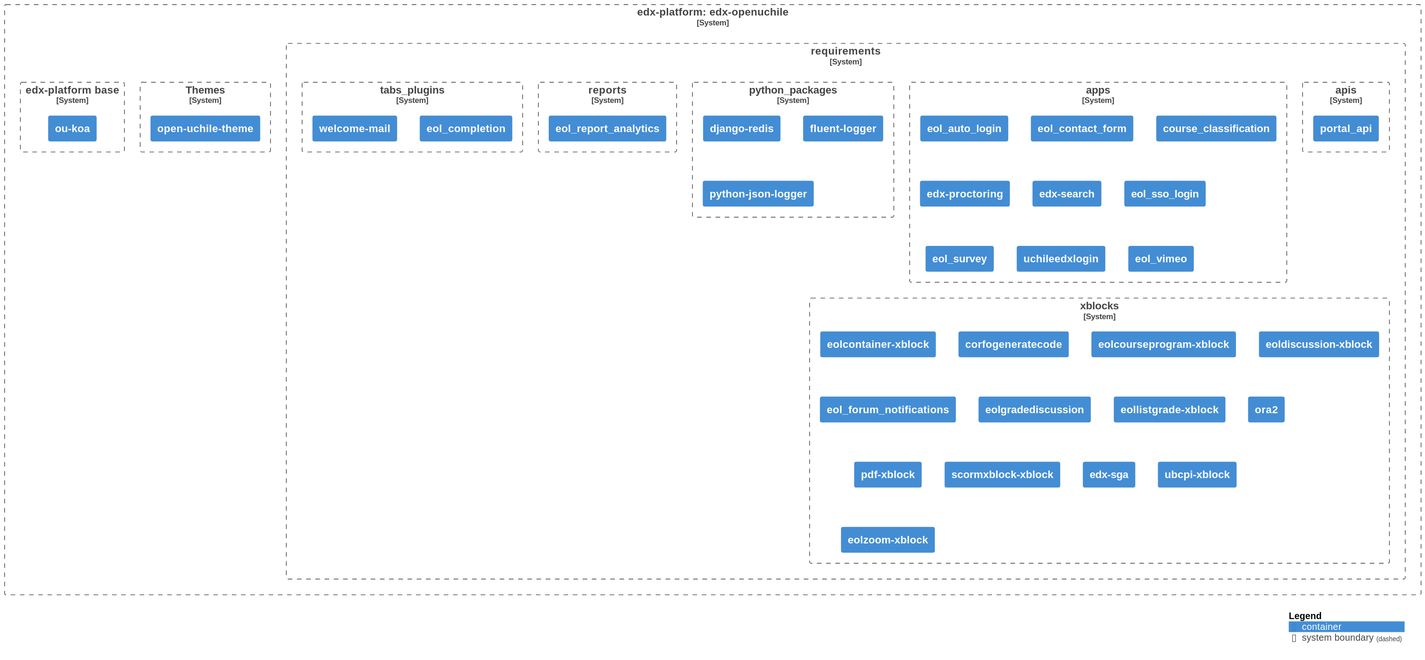
Above: diagrams/diagram.svg in eol-uchile/edx-openuchile (PlantUML), before the change.
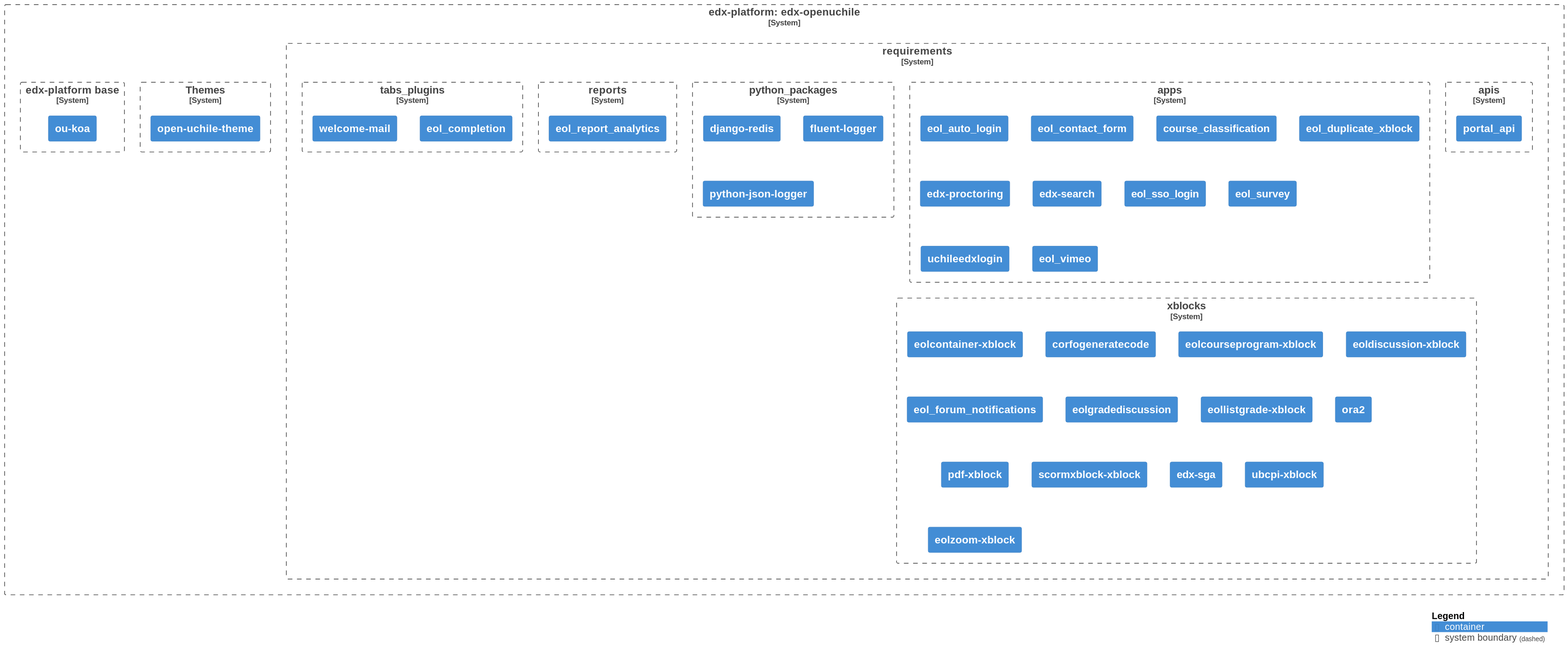
After the change.

Commit message:
Auto-generate UML diagram

What changed in the source:
```diff
@@ -21,17 +21,19 @@
 
                 Container(apps3, "course_classification", $link="https://github.com/eol-uchile/course_classification")
 
-                Container(apps4, "edx-proctoring", $link="https://github.com/open-uchile/edx-proctoring")
+                Container(apps4, "eol_duplicate_xblock", $link="https://github.com/eol-uchile/eol_duplicate_xblock")
 
-                Container(apps5, "edx-search", $link="https://github.com/eol-uchile/edx-search")
+                Container(apps5, "edx-proctoring", $link="https://github.com/open-uchile/edx-proctoring")
 
-                Container(apps6, "eol_sso_login", $link="https://github.com/eol-uchile/eol_sso_login")
+                Container(apps6, "edx-search", $link="https://github.com/eol-uchile/edx-search")
 
-                Container(apps7, "eol_survey", $link="https://github.com/eol-uchile/eol_survey")
+                Container(apps7, "eol_sso_login", $link="https://github.com/eol-uchile/eol_sso_login")
 
-                Container(apps8, "uchileedxlogin", $link="https://github.com/open-uchile/uchileedxlogin")
+                Container(apps8, "eol_survey", $link="https://github.com/eol-uchile/eol_survey")
 
-                Container(apps9, "eol_vimeo", $link="https://github.com/eol-uchile/eol_vimeo")
+                Container(apps9, "uchileedxlogin", $link="https://github.com/open-uchile/uchileedxlogin")
+
+                Container(apps10, "eol_vimeo", $link="https://github.com/eol-uchile/eol_vimeo")
 
             }
 
```
